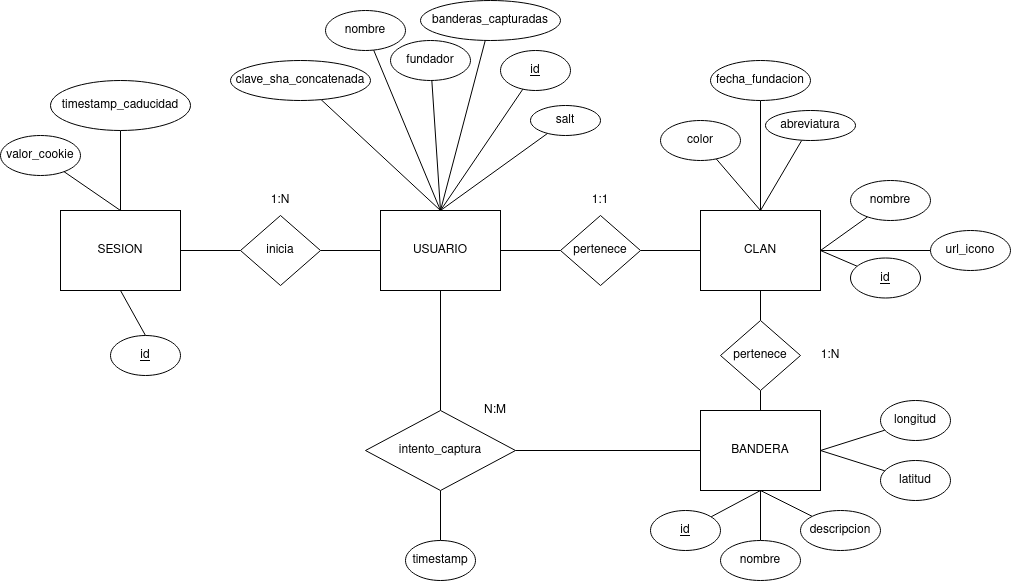
SrDyamond/StreetFight keeps this draw.io diagram as doc/ER/ER.png. Above is the earlier version. Source tidied: cells renumbered, new cells last; positions are measured from the earlier drawing's top-left corner, leaving out a move shared by most shapes.
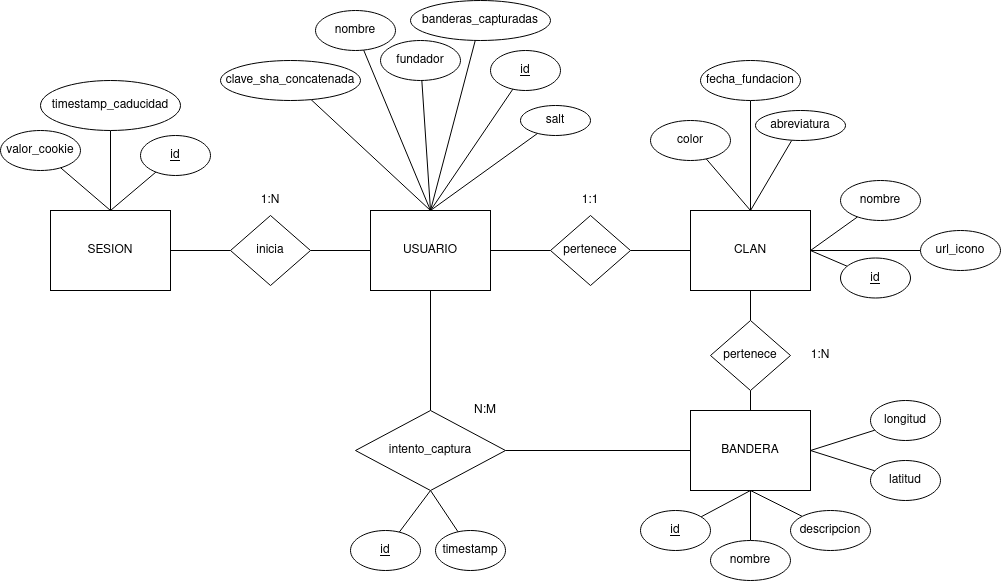
The same diagram one commit later.

Commit message:
#19: últimos retoques en el ER y el OpenAPI actualizando los últimos cambios en la estructura de los datos

What changed in the source:
```diff
@@ -129,7 +129,7 @@
       <mxGeometry x="420" width="140" height="40" as="geometry" />
     </mxCell>
     <mxCell id="44" value="timestamp" style="ellipse;whiteSpace=wrap;html=1;" parent="1" vertex="1">
-      <mxGeometry x="405" y="540" width="70" height="40" as="geometry" />
+      <mxGeometry x="445" y="530" width="70" height="40" as="geometry" />
     </mxCell>
     <mxCell id="45" value="latitud" style="ellipse;whiteSpace=wrap;html=1;" parent="1" vertex="1">
       <mxGeometry x="880" y="460" width="70" height="40" as="geometry" />
@@ -137,7 +137,7 @@
     <mxCell id="46" value="descripcion" style="ellipse;whiteSpace=wrap;html=1;" parent="1" vertex="1">
       <mxGeometry x="800" y="510" width="80" height="40" as="geometry" />
     </mxCell>
-    <mxCell id="47" style="rounded=0;jettySize=auto;html=1;exitX=0.5;exitY=1;exitDx=0;exitDy=0;entryX=0.5;entryY=0;entryDx=0;entryDy=0;endArrow=none;endFill=0;" parent="1" edge="1" source="50" target="55">
+    <mxCell id="47" style="rounded=0;jettySize=auto;html=1;exitX=0.5;exitY=0;exitDx=0;exitDy=0;endArrow=none;endFill=0;" parent="1" edge="1" source="50" target="55">
       <mxGeometry relative="1" as="geometry" />
     </mxCell>
     <mxCell id="48" style="edgeStyle=none;rounded=0;jettySize=auto;html=1;exitX=0.5;exitY=0;exitDx=0;exitDy=0;endArrow=none;endFill=0;" parent="1" edge="1" source="50" target="53">
@@ -156,17 +156,20 @@
       <mxGeometry x="240" y="215" width="80" height="70" as="geometry" />
     </mxCell>
     <mxCell id="53" value="valor_cookie" style="ellipse;whiteSpace=wrap;html=1;" parent="1" vertex="1">
-      <mxGeometry y="135" width="80" height="40" as="geometry" />
+      <mxGeometry x="10" y="130" width="80" height="40" as="geometry" />
     </mxCell>
     <mxCell id="54" value="timestamp_caducidad" style="ellipse;whiteSpace=wrap;html=1;" parent="1" vertex="1">
       <mxGeometry x="50" y="80" width="140" height="50" as="geometry" />
     </mxCell>
     <mxCell id="55" value="&lt;u&gt;id&lt;/u&gt;" style="ellipse;whiteSpace=wrap;html=1;" parent="1" vertex="1">
-      <mxGeometry x="110" y="335" width="70" height="40" as="geometry" />
+      <mxGeometry x="150" y="135" width="70" height="40" as="geometry" />
     </mxCell>
     <mxCell id="56" value="longitud" style="ellipse;whiteSpace=wrap;html=1;" parent="1" vertex="1">
       <mxGeometry x="880" y="400" width="70" height="40" as="geometry" />
     </mxCell>
+    <mxCell id="64" style="edgeStyle=none;rounded=0;jettySize=auto;html=1;exitX=0.5;exitY=1;exitDx=0;exitDy=0;endArrow=none;endFill=0;" parent="1" edge="1" source="57" target="65">
+      <mxGeometry relative="1" as="geometry" />
+    </mxCell>
     <mxCell id="57" value="intento_captura" style="rhombus;whiteSpace=wrap;html=1;" parent="1" vertex="1">
       <mxGeometry x="365" y="410" width="150" height="80" as="geometry" />
     </mxCell>
@@ -188,5 +191,8 @@
     <mxCell id="63" value="fundador" style="ellipse;whiteSpace=wrap;html=1;" parent="1" vertex="1">
       <mxGeometry x="390" y="40" width="80" height="40" as="geometry" />
     </mxCell>
+    <mxCell id="65" value="&lt;u&gt;id&lt;/u&gt;" style="ellipse;whiteSpace=wrap;html=1;" parent="1" vertex="1">
+      <mxGeometry x="360" y="530" width="70" height="40" as="geometry" />
+    </mxCell>
   </root>
 </mxGraphModel>
```
